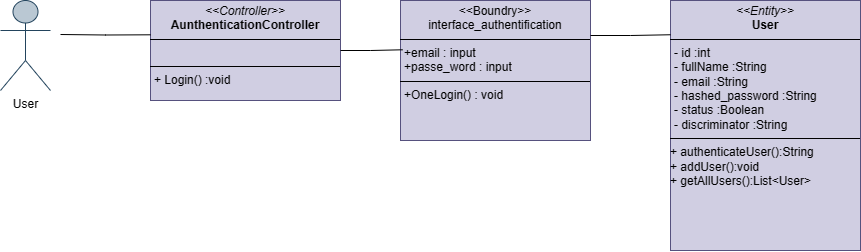
The draw.io diagram Diagramme de classe authentification.png in chirine1/-project, before a commit. Source tidied: cells renumbered, new cells last; positions are measured from the earlier drawing's top-left corner, leaving out a move shared by most shapes. Its diagram source:
```xml
<mxGraphModel>
  <root>
    <mxCell id="0" />
    <mxCell id="1" parent="0" />
    <mxCell id="2" value="User" style="shape=umlActor;verticalLabelPosition=bottom;verticalAlign=top;html=1;fillColor=#bac8d3;strokeColor=#23445d;" parent="1" vertex="1">
      <mxGeometry width="50" height="90" as="geometry" />
    </mxCell>
    <mxCell id="3" value="&lt;p style=&quot;margin:0px;margin-top:4px;text-align:center;&quot;&gt;&lt;i&gt;&amp;lt;&amp;lt;Entity&amp;gt;&amp;gt;&lt;/i&gt;&lt;br&gt;&lt;b&gt;User&lt;/b&gt;&lt;/p&gt;&lt;hr size=&quot;1&quot; style=&quot;border-style:solid;&quot;&gt;&lt;p style=&quot;margin:0px;margin-left:4px;&quot;&gt;&lt;span style=&quot;background-color: initial;&quot;&gt;- id :int&lt;/span&gt;&lt;/p&gt;&lt;p style=&quot;margin:0px;margin-left:4px;&quot;&gt;&lt;span style=&quot;text-wrap: nowrap;&quot;&gt;- fullName :String&lt;/span&gt;&lt;span style=&quot;background-color: initial;&quot;&gt;&lt;br&gt;&lt;/span&gt;&lt;/p&gt;&lt;p style=&quot;margin:0px;margin-left:4px;&quot;&gt;&lt;span style=&quot;text-wrap: nowrap;&quot;&gt;- email :String&lt;/span&gt;&lt;span style=&quot;text-wrap: nowrap;&quot;&gt;&lt;br&gt;&lt;/span&gt;&lt;/p&gt;&lt;p style=&quot;margin:0px;margin-left:4px;&quot;&gt;&lt;span style=&quot;text-wrap: nowrap;&quot;&gt;- hashed_password :String&lt;/span&gt;&lt;span style=&quot;text-wrap: nowrap;&quot;&gt;&lt;br&gt;&lt;/span&gt;&lt;/p&gt;&lt;p style=&quot;margin:0px;margin-left:4px;&quot;&gt;&lt;span style=&quot;text-wrap: nowrap;&quot;&gt;- status :Boolean&lt;/span&gt;&lt;span style=&quot;text-wrap: nowrap;&quot;&gt;&lt;br&gt;&lt;/span&gt;&lt;/p&gt;&lt;p style=&quot;margin:0px;margin-left:4px;&quot;&gt;&lt;span style=&quot;text-wrap: nowrap;&quot;&gt;- discriminator :String&lt;/span&gt;&lt;span style=&quot;text-wrap: nowrap;&quot;&gt;&lt;br&gt;&lt;/span&gt;&lt;/p&gt;&lt;hr size=&quot;1&quot; style=&quot;border-style:solid;&quot;&gt;&lt;div&gt;&lt;span style=&quot;background-color: initial;&quot;&gt;+ authenticateUser():String&lt;/span&gt;&lt;/div&gt;&lt;div&gt;+ addUser():void&lt;/div&gt;&lt;div&gt;+ getAllUsers():List&amp;lt;User&amp;gt;&lt;/div&gt;&lt;div&gt;&lt;br style=&quot;text-wrap: nowrap;&quot;&gt;&lt;/div&gt;" style="verticalAlign=top;align=left;overflow=fill;html=1;whiteSpace=wrap;fillColor=#d0cee2;strokeColor=#56517e;" parent="1" vertex="1">
      <mxGeometry x="670" width="190" height="250" as="geometry" />
    </mxCell>
    <mxCell id="4" value="&lt;p style=&quot;margin:0px;margin-top:4px;text-align:center;&quot;&gt;&amp;lt;&amp;lt;Boundry&amp;gt;&amp;gt;&lt;/p&gt;&lt;div style=&quot;text-align: center;&quot;&gt;interface_authentification&lt;/div&gt;&lt;hr size=&quot;1&quot; style=&quot;border-style:solid;&quot;&gt;&lt;p style=&quot;margin:0px;margin-left:4px;&quot;&gt;+email : input&lt;br&gt;+passe_word : input&lt;br&gt;&lt;/p&gt;&lt;hr size=&quot;1&quot; style=&quot;border-style:solid;&quot;&gt;&lt;p style=&quot;margin:0px;margin-left:4px;&quot;&gt;+OneLogin() : void&lt;/p&gt;" style="verticalAlign=top;align=left;overflow=fill;html=1;whiteSpace=wrap;fillColor=#d0cee2;strokeColor=#56517e;" parent="1" vertex="1">
      <mxGeometry x="400" width="190" height="140" as="geometry" />
    </mxCell>
    <mxCell id="5" value="&lt;p style=&quot;margin:0px;margin-top:4px;text-align:center;&quot;&gt;&lt;i&gt;&amp;lt;&amp;lt;Controller&amp;gt;&amp;gt;&lt;/i&gt;&lt;br&gt;&lt;b&gt;AunthenticationController&lt;/b&gt;&lt;/p&gt;&lt;hr size=&quot;1&quot; style=&quot;border-style:solid;&quot;&gt;&lt;p style=&quot;margin:0px;margin-left:4px;&quot;&gt;&lt;br&gt;&lt;/p&gt;&lt;hr size=&quot;1&quot; style=&quot;border-style:solid;&quot;&gt;&lt;p style=&quot;margin:0px;margin-left:4px;&quot;&gt;+ Login() :void&lt;/p&gt;" style="verticalAlign=top;align=left;overflow=fill;html=1;whiteSpace=wrap;fillColor=#d0cee2;strokeColor=#56517e;" parent="1" vertex="1">
      <mxGeometry x="150" width="190" height="100" as="geometry" />
    </mxCell>
    <mxCell id="6" style="edgeStyle=orthogonalEdgeStyle;rounded=0;jettySize=auto;html=1;entryX=0;entryY=0.343;entryDx=0;entryDy=0;entryPerimeter=0;endArrow=none;endFill=0;" parent="1" edge="1" target="5">
      <mxGeometry relative="1" as="geometry">
        <mxPoint x="60" y="34" as="sourcePoint" />
      </mxGeometry>
    </mxCell>
    <mxCell id="7" style="edgeStyle=orthogonalEdgeStyle;rounded=0;jettySize=auto;html=1;exitX=1;exitY=0.5;exitDx=0;exitDy=0;entryX=0.011;entryY=0.352;entryDx=0;entryDy=0;entryPerimeter=0;endArrow=none;endFill=0;" parent="1" edge="1" source="5" target="4">
      <mxGeometry relative="1" as="geometry" />
    </mxCell>
    <mxCell id="8" style="edgeStyle=orthogonalEdgeStyle;rounded=0;jettySize=auto;html=1;exitX=1;exitY=0.25;exitDx=0;exitDy=0;entryX=0;entryY=0.137;entryDx=0;entryDy=0;entryPerimeter=0;endArrow=none;endFill=0;" parent="1" edge="1" source="4" target="3">
      <mxGeometry relative="1" as="geometry">
        <Array as="points">
          <mxPoint x="630" y="35" />
        </Array>
      </mxGeometry>
    </mxCell>
  </root>
</mxGraphModel>
```
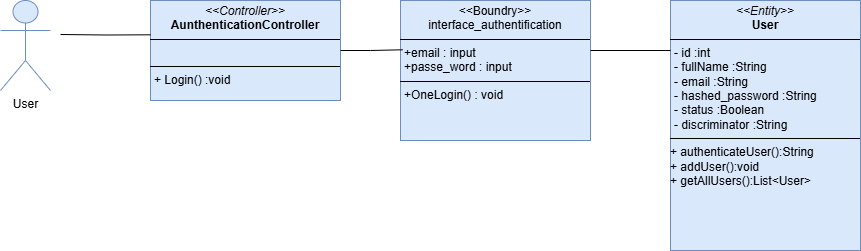
Above is the later version.

Commit message:
Mettre à jour Diagramme de classe authentification.png

The edit, as a diff of the source:
```diff
@@ -2,16 +2,16 @@
   <root>
     <mxCell id="0" />
     <mxCell id="1" parent="0" />
-    <mxCell id="2" value="User" style="shape=umlActor;verticalLabelPosition=bottom;verticalAlign=top;html=1;fillColor=#bac8d3;strokeColor=#23445d;" parent="1" vertex="1">
+    <mxCell id="2" value="User" style="shape=umlActor;verticalLabelPosition=bottom;verticalAlign=top;html=1;fillColor=#dae8fc;strokeColor=#6c8ebf;" parent="1" vertex="1">
       <mxGeometry width="50" height="90" as="geometry" />
     </mxCell>
-    <mxCell id="3" value="&lt;p style=&quot;margin:0px;margin-top:4px;text-align:center;&quot;&gt;&lt;i&gt;&amp;lt;&amp;lt;Entity&amp;gt;&amp;gt;&lt;/i&gt;&lt;br&gt;&lt;b&gt;User&lt;/b&gt;&lt;/p&gt;&lt;hr size=&quot;1&quot; style=&quot;border-style:solid;&quot;&gt;&lt;p style=&quot;margin:0px;margin-left:4px;&quot;&gt;&lt;span style=&quot;background-color: initial;&quot;&gt;- id :int&lt;/span&gt;&lt;/p&gt;&lt;p style=&quot;margin:0px;margin-left:4px;&quot;&gt;&lt;span style=&quot;text-wrap: nowrap;&quot;&gt;- fullName :String&lt;/span&gt;&lt;span style=&quot;background-color: initial;&quot;&gt;&lt;br&gt;&lt;/span&gt;&lt;/p&gt;&lt;p style=&quot;margin:0px;margin-left:4px;&quot;&gt;&lt;span style=&quot;text-wrap: nowrap;&quot;&gt;- email :String&lt;/span&gt;&lt;span style=&quot;text-wrap: nowrap;&quot;&gt;&lt;br&gt;&lt;/span&gt;&lt;/p&gt;&lt;p style=&quot;margin:0px;margin-left:4px;&quot;&gt;&lt;span style=&quot;text-wrap: nowrap;&quot;&gt;- hashed_password :String&lt;/span&gt;&lt;span style=&quot;text-wrap: nowrap;&quot;&gt;&lt;br&gt;&lt;/span&gt;&lt;/p&gt;&lt;p style=&quot;margin:0px;margin-left:4px;&quot;&gt;&lt;span style=&quot;text-wrap: nowrap;&quot;&gt;- status :Boolean&lt;/span&gt;&lt;span style=&quot;text-wrap: nowrap;&quot;&gt;&lt;br&gt;&lt;/span&gt;&lt;/p&gt;&lt;p style=&quot;margin:0px;margin-left:4px;&quot;&gt;&lt;span style=&quot;text-wrap: nowrap;&quot;&gt;- discriminator :String&lt;/span&gt;&lt;span style=&quot;text-wrap: nowrap;&quot;&gt;&lt;br&gt;&lt;/span&gt;&lt;/p&gt;&lt;hr size=&quot;1&quot; style=&quot;border-style:solid;&quot;&gt;&lt;div&gt;&lt;span style=&quot;background-color: initial;&quot;&gt;+ authenticateUser():String&lt;/span&gt;&lt;/div&gt;&lt;div&gt;+ addUser():void&lt;/div&gt;&lt;div&gt;+ getAllUsers():List&amp;lt;User&amp;gt;&lt;/div&gt;&lt;div&gt;&lt;br style=&quot;text-wrap: nowrap;&quot;&gt;&lt;/div&gt;" style="verticalAlign=top;align=left;overflow=fill;html=1;whiteSpace=wrap;fillColor=#d0cee2;strokeColor=#56517e;" parent="1" vertex="1">
+    <mxCell id="3" value="&lt;p style=&quot;margin:0px;margin-top:4px;text-align:center;&quot;&gt;&lt;i&gt;&amp;lt;&amp;lt;Entity&amp;gt;&amp;gt;&lt;/i&gt;&lt;br&gt;&lt;b&gt;User&lt;/b&gt;&lt;/p&gt;&lt;hr size=&quot;1&quot; style=&quot;border-style:solid;&quot;&gt;&lt;p style=&quot;margin:0px;margin-left:4px;&quot;&gt;&lt;span style=&quot;background-color: initial;&quot;&gt;- id :int&lt;/span&gt;&lt;/p&gt;&lt;p style=&quot;margin:0px;margin-left:4px;&quot;&gt;&lt;span style=&quot;text-wrap: nowrap;&quot;&gt;- fullName :String&lt;/span&gt;&lt;span style=&quot;background-color: initial;&quot;&gt;&lt;br&gt;&lt;/span&gt;&lt;/p&gt;&lt;p style=&quot;margin:0px;margin-left:4px;&quot;&gt;&lt;span style=&quot;text-wrap: nowrap;&quot;&gt;- email :String&lt;/span&gt;&lt;span style=&quot;text-wrap: nowrap;&quot;&gt;&lt;br&gt;&lt;/span&gt;&lt;/p&gt;&lt;p style=&quot;margin:0px;margin-left:4px;&quot;&gt;&lt;span style=&quot;text-wrap: nowrap;&quot;&gt;- hashed_password :String&lt;/span&gt;&lt;span style=&quot;text-wrap: nowrap;&quot;&gt;&lt;br&gt;&lt;/span&gt;&lt;/p&gt;&lt;p style=&quot;margin:0px;margin-left:4px;&quot;&gt;&lt;span style=&quot;text-wrap: nowrap;&quot;&gt;- status :Boolean&lt;/span&gt;&lt;span style=&quot;text-wrap: nowrap;&quot;&gt;&lt;br&gt;&lt;/span&gt;&lt;/p&gt;&lt;p style=&quot;margin:0px;margin-left:4px;&quot;&gt;&lt;span style=&quot;text-wrap: nowrap;&quot;&gt;- discriminator :String&lt;/span&gt;&lt;span style=&quot;text-wrap: nowrap;&quot;&gt;&lt;br&gt;&lt;/span&gt;&lt;/p&gt;&lt;hr size=&quot;1&quot; style=&quot;border-style:solid;&quot;&gt;&lt;div&gt;&lt;span style=&quot;background-color: initial;&quot;&gt;+ authenticateUser():String&lt;/span&gt;&lt;/div&gt;&lt;div&gt;+ addUser():void&lt;/div&gt;&lt;div&gt;+ getAllUsers():List&amp;lt;User&amp;gt;&lt;/div&gt;&lt;div&gt;&lt;br style=&quot;text-wrap: nowrap;&quot;&gt;&lt;/div&gt;" style="verticalAlign=top;align=left;overflow=fill;html=1;whiteSpace=wrap;fillColor=#dae8fc;strokeColor=#6c8ebf;" parent="1" vertex="1">
       <mxGeometry x="670" width="190" height="250" as="geometry" />
     </mxCell>
-    <mxCell id="4" value="&lt;p style=&quot;margin:0px;margin-top:4px;text-align:center;&quot;&gt;&amp;lt;&amp;lt;Boundry&amp;gt;&amp;gt;&lt;/p&gt;&lt;div style=&quot;text-align: center;&quot;&gt;interface_authentification&lt;/div&gt;&lt;hr size=&quot;1&quot; style=&quot;border-style:solid;&quot;&gt;&lt;p style=&quot;margin:0px;margin-left:4px;&quot;&gt;+email : input&lt;br&gt;+passe_word : input&lt;br&gt;&lt;/p&gt;&lt;hr size=&quot;1&quot; style=&quot;border-style:solid;&quot;&gt;&lt;p style=&quot;margin:0px;margin-left:4px;&quot;&gt;+OneLogin() : void&lt;/p&gt;" style="verticalAlign=top;align=left;overflow=fill;html=1;whiteSpace=wrap;fillColor=#d0cee2;strokeColor=#56517e;" parent="1" vertex="1">
+    <mxCell id="4" value="&lt;p style=&quot;margin:0px;margin-top:4px;text-align:center;&quot;&gt;&amp;lt;&amp;lt;Boundry&amp;gt;&amp;gt;&lt;/p&gt;&lt;div style=&quot;text-align: center;&quot;&gt;interface_authentification&lt;/div&gt;&lt;hr size=&quot;1&quot; style=&quot;border-style:solid;&quot;&gt;&lt;p style=&quot;margin:0px;margin-left:4px;&quot;&gt;+email : input&lt;br&gt;+passe_word : input&lt;br&gt;&lt;/p&gt;&lt;hr size=&quot;1&quot; style=&quot;border-style:solid;&quot;&gt;&lt;p style=&quot;margin:0px;margin-left:4px;&quot;&gt;+OneLogin() : void&lt;/p&gt;" style="verticalAlign=top;align=left;overflow=fill;html=1;whiteSpace=wrap;fillColor=#dae8fc;strokeColor=#6c8ebf;" parent="1" vertex="1">
       <mxGeometry x="400" width="190" height="140" as="geometry" />
     </mxCell>
-    <mxCell id="5" value="&lt;p style=&quot;margin:0px;margin-top:4px;text-align:center;&quot;&gt;&lt;i&gt;&amp;lt;&amp;lt;Controller&amp;gt;&amp;gt;&lt;/i&gt;&lt;br&gt;&lt;b&gt;AunthenticationController&lt;/b&gt;&lt;/p&gt;&lt;hr size=&quot;1&quot; style=&quot;border-style:solid;&quot;&gt;&lt;p style=&quot;margin:0px;margin-left:4px;&quot;&gt;&lt;br&gt;&lt;/p&gt;&lt;hr size=&quot;1&quot; style=&quot;border-style:solid;&quot;&gt;&lt;p style=&quot;margin:0px;margin-left:4px;&quot;&gt;+ Login() :void&lt;/p&gt;" style="verticalAlign=top;align=left;overflow=fill;html=1;whiteSpace=wrap;fillColor=#d0cee2;strokeColor=#56517e;" parent="1" vertex="1">
+    <mxCell id="5" value="&lt;p style=&quot;margin:0px;margin-top:4px;text-align:center;&quot;&gt;&lt;i&gt;&amp;lt;&amp;lt;Controller&amp;gt;&amp;gt;&lt;/i&gt;&lt;br&gt;&lt;b&gt;AunthenticationController&lt;/b&gt;&lt;/p&gt;&lt;hr size=&quot;1&quot; style=&quot;border-style:solid;&quot;&gt;&lt;p style=&quot;margin:0px;margin-left:4px;&quot;&gt;&lt;br&gt;&lt;/p&gt;&lt;hr size=&quot;1&quot; style=&quot;border-style:solid;&quot;&gt;&lt;p style=&quot;margin:0px;margin-left:4px;&quot;&gt;+ Login() :void&lt;/p&gt;" style="verticalAlign=top;align=left;overflow=fill;html=1;whiteSpace=wrap;fillColor=#dae8fc;strokeColor=#6c8ebf;" parent="1" vertex="1">
       <mxGeometry x="150" width="190" height="100" as="geometry" />
     </mxCell>
     <mxCell id="6" style="edgeStyle=orthogonalEdgeStyle;rounded=0;jettySize=auto;html=1;entryX=0;entryY=0.343;entryDx=0;entryDy=0;entryPerimeter=0;endArrow=none;endFill=0;" parent="1" edge="1" target="5">
@@ -22,10 +22,13 @@
     <mxCell id="7" style="edgeStyle=orthogonalEdgeStyle;rounded=0;jettySize=auto;html=1;exitX=1;exitY=0.5;exitDx=0;exitDy=0;entryX=0.011;entryY=0.352;entryDx=0;entryDy=0;entryPerimeter=0;endArrow=none;endFill=0;" parent="1" edge="1" source="5" target="4">
       <mxGeometry relative="1" as="geometry" />
     </mxCell>
-    <mxCell id="8" style="edgeStyle=orthogonalEdgeStyle;rounded=0;jettySize=auto;html=1;exitX=1;exitY=0.25;exitDx=0;exitDy=0;entryX=0;entryY=0.137;entryDx=0;entryDy=0;entryPerimeter=0;endArrow=none;endFill=0;" parent="1" edge="1" source="4" target="3">
+    <mxCell id="8" style="edgeStyle=orthogonalEdgeStyle;rounded=0;orthogonalLoop=1;jettySize=auto;html=1;endArrow=none;endFill=0;" parent="1" edge="1">
       <mxGeometry relative="1" as="geometry">
+        <mxPoint x="590" y="50" as="sourcePoint" />
+        <mxPoint x="670" y="50" as="targetPoint" />
         <Array as="points">
-          <mxPoint x="630" y="35" />
+          <mxPoint x="590" y="50" />
+          <mxPoint x="670" y="50" />
         </Array>
       </mxGeometry>
     </mxCell>
```
